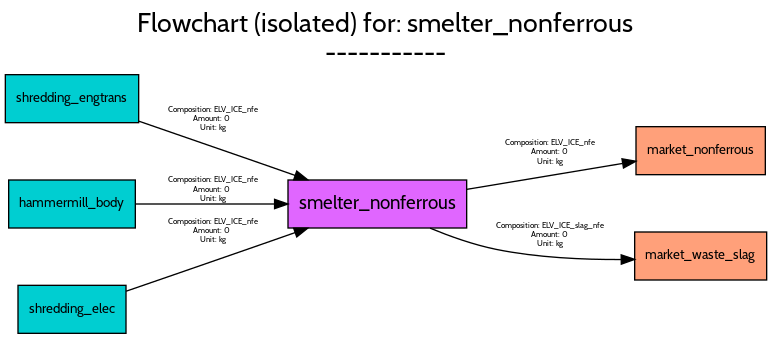
The Graphviz diagram src/examples/ELV/figures/flowcharts/processes/png/smelter_nonferrous.png in FutuRaM-Project/Recovery-Model, before a commit. Its source is kept beside it as src/examples/ELV/figures/flowcharts/processes/dot/smelter_nonferrous.dot.
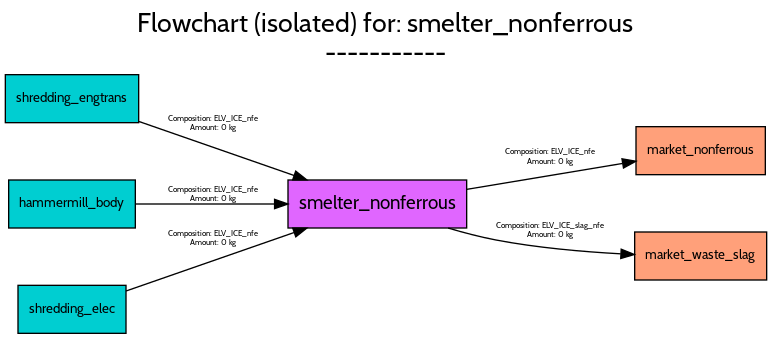
Above is the later version.

Diff of the diagram source:
```diff
@@ -35,9 +35,8 @@
 		fontname=Cabin,
 		fontsize=6,
 		label="Composition: ELV_ICE_nfe
-Amount: 0
-Unit: kg",
-		lp="409,135.5",
+Amount: 0 kg",
+		lp="409,132",
 		pos="e,472.91,129.09 346.04,107.98 382.61,114.07 427.65,121.56 462.81,127.4"];
 	market_waste_slag	[fillcolor=lightsalmon1,
 		fontname=Cabin,
@@ -51,10 +50,9 @@
 		fontname=Cabin,
 		fontsize=6,
 		label="Composition: ELV_ICE_slag_nfe
-Amount: 0
-Unit: kg",
-		lp="409,73.5",
-		pos="e,471.94,55.476 318.58,78.867 333.66,72.644 351.31,66.396 368,63 398.52,56.791 433.17,55.23 461.72,55.358"];
+Amount: 0 kg",
+		lp="409,77",
+		pos="e,471.72,59.12 332.11,78.956 343.8,75.487 356.23,72.241 368,70 398.55,64.183 433.07,61.177 461.53,59.628"];
 	shredding_engtrans	[fillcolor=darkturquoise,
 		fontname=Cabin,
 		fontsize=10,
@@ -67,10 +65,9 @@
 		fontname=Cabin,
 		fontsize=6,
 		label="Composition: ELV_ICE_nfe
-Amount: 0
-Unit: kg",
-		lp="156,160.5",
-		pos="e,226.83,115.09 100.24,159.08 126.83,149.92 160.23,138.38 190,128 198.85,124.91 208.2,121.64 217.37,118.41"];
+Amount: 0 kg",
+		lp="156,157",
+		pos="e,226.08,115.07 100.26,158.86 134.37,146.99 180.03,131.1 216.53,118.39"];
 	hammermill_body	[fillcolor=darkturquoise,
 		fontname=Cabin,
 		fontsize=10,
@@ -83,9 +80,8 @@
 		fontname=Cabin,
 		fontsize=6,
 		label="Composition: ELV_ICE_nfe
-Amount: 0
-Unit: kg",
-		lp="156,107.5",
+Amount: 0 kg",
+		lp="156,104",
 		pos="e,211.94,97 97.759,97 127.76,97 167.42,97 201.89,97"];
 	shredding_elec	[fillcolor=darkturquoise,
 		fontname=Cabin,
@@ -99,8 +95,7 @@
 		fontname=Cabin,
 		fontsize=6,
 		label="Composition: ELV_ICE_nfe
-Amount: 0
-Unit: kg",
-		lp="156,76.5",
-		pos="e,226.83,78.915 90.566,31.59 118.39,41.166 156.49,54.313 190,66 198.85,69.088 208.2,72.365 217.37,75.587"];
+Amount: 0 kg",
+		lp="156,71",
+		pos="e,226.14,78.95 90.54,31.761 125.28,43.849 176.38,61.635 216.46,75.583"];
 }
```
